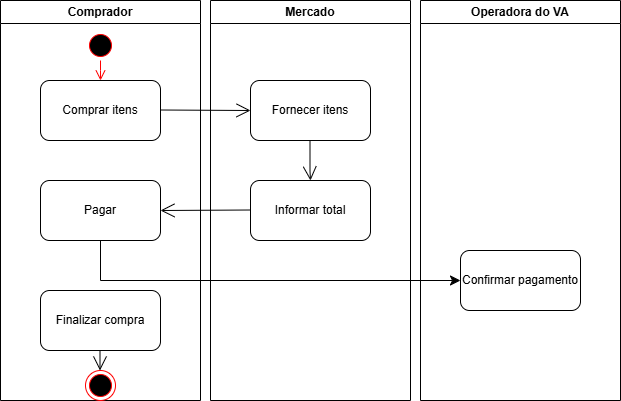
Above: Diagrama de atividade.png in samuelgarcia-ufr/SGGA (draw.io), before the change. Source tidied: cells renumbered, new cells last; positions are measured from the earlier drawing's top-left corner, leaving out a move shared by most shapes. Its diagram source:
```xml
<mxGraphModel>
  <root>
    <mxCell id="0" />
    <mxCell id="1" parent="0" />
    <mxCell id="2" value="Comprador" style="swimlane;whiteSpace=wrap;html=1;" parent="1" vertex="1">
      <mxGeometry width="200" height="400" as="geometry" />
    </mxCell>
    <mxCell id="3" style="ellipse;html=1;shape=startState;fillColor=#000000;strokeColor=#ff0000;" parent="2" vertex="1">
      <mxGeometry x="85" y="30" width="30" height="30" as="geometry" />
    </mxCell>
    <mxCell id="4" style="edgeStyle=orthogonalEdgeStyle;html=1;verticalAlign=bottom;endArrow=open;endSize=8;strokeColor=#ff0000;rounded=0;" parent="2" edge="1" source="3">
      <mxGeometry relative="1" as="geometry">
        <mxPoint x="100" y="80" as="targetPoint" />
      </mxGeometry>
    </mxCell>
    <mxCell id="5" value="Comprar itens" style="rounded=1;whiteSpace=wrap;html=1;" parent="2" vertex="1">
      <mxGeometry x="40" y="80" width="120" height="60" as="geometry" />
    </mxCell>
    <mxCell id="6" value="Pagar" style="rounded=1;whiteSpace=wrap;html=1;" parent="2" vertex="1">
      <mxGeometry x="40" y="180" width="120" height="60" as="geometry" />
    </mxCell>
    <mxCell id="7" style="edgeStyle=elbowEdgeStyle;elbow=horizontal;endArrow=classic;html=1;curved=0;rounded=0;endSize=8;startSize=8;entryX=0;entryY=0.5;entryDx=0;entryDy=0;" parent="2" edge="1" target="18">
      <mxGeometry relative="1" as="geometry">
        <mxPoint x="100" y="240" as="sourcePoint" />
        <Array as="points">
          <mxPoint x="100" y="270" />
        </Array>
      </mxGeometry>
    </mxCell>
    <mxCell id="8" value="Finalizar compra" style="rounded=1;whiteSpace=wrap;html=1;" parent="2" vertex="1">
      <mxGeometry x="40" y="290" width="120" height="60" as="geometry" />
    </mxCell>
    <mxCell id="9" style="ellipse;html=1;shape=endState;fillColor=#000000;strokeColor=#ff0000;" parent="2" vertex="1">
      <mxGeometry x="85" y="370" width="30" height="30" as="geometry" />
    </mxCell>
    <mxCell id="10" style="endArrow=open;endFill=1;endSize=12;html=1;rounded=0;" parent="2" edge="1">
      <mxGeometry relative="1" as="geometry">
        <mxPoint x="99.5" y="350" as="sourcePoint" />
        <mxPoint x="99.5" y="370" as="targetPoint" />
      </mxGeometry>
    </mxCell>
    <mxCell id="11" value="Mercado" style="swimlane;whiteSpace=wrap;html=1;" parent="1" vertex="1">
      <mxGeometry x="210" width="200" height="400" as="geometry" />
    </mxCell>
    <mxCell id="12" style="endArrow=open;endFill=1;endSize=12;html=1;rounded=0;entryX=0;entryY=0.5;entryDx=0;entryDy=0;" parent="11" edge="1" target="13">
      <mxGeometry relative="1" as="geometry">
        <mxPoint x="-50" y="109.5" as="sourcePoint" />
      </mxGeometry>
    </mxCell>
    <mxCell id="13" value="Fornecer itens" style="rounded=1;whiteSpace=wrap;html=1;" parent="11" vertex="1">
      <mxGeometry x="40" y="80" width="120" height="60" as="geometry" />
    </mxCell>
    <mxCell id="14" value="Informar total" style="rounded=1;whiteSpace=wrap;html=1;" parent="11" vertex="1">
      <mxGeometry x="40" y="180" width="120" height="60" as="geometry" />
    </mxCell>
    <mxCell id="15" style="endArrow=open;endFill=1;endSize=12;html=1;rounded=0;entryX=0;entryY=0.5;entryDx=0;entryDy=0;" parent="11" edge="1">
      <mxGeometry relative="1" as="geometry">
        <mxPoint x="40" y="209.5" as="sourcePoint" />
        <mxPoint x="-50" y="210" as="targetPoint" />
      </mxGeometry>
    </mxCell>
    <mxCell id="16" style="endArrow=open;endFill=1;endSize=12;html=1;rounded=0;" parent="11" edge="1">
      <mxGeometry relative="1" as="geometry">
        <mxPoint x="99.5" y="140" as="sourcePoint" />
        <mxPoint x="100" y="180" as="targetPoint" />
        <Array as="points">
          <mxPoint x="99.5" y="170.5" />
        </Array>
      </mxGeometry>
    </mxCell>
    <mxCell id="17" value="Operadora do VA" style="swimlane;whiteSpace=wrap;html=1;" parent="1" vertex="1">
      <mxGeometry x="420" width="200" height="400" as="geometry" />
    </mxCell>
    <mxCell id="18" value="Confirmar pagamento" style="rounded=1;whiteSpace=wrap;html=1;" parent="17" vertex="1">
      <mxGeometry x="40" y="250" width="120" height="60" as="geometry" />
    </mxCell>
  </root>
</mxGraphModel>
```
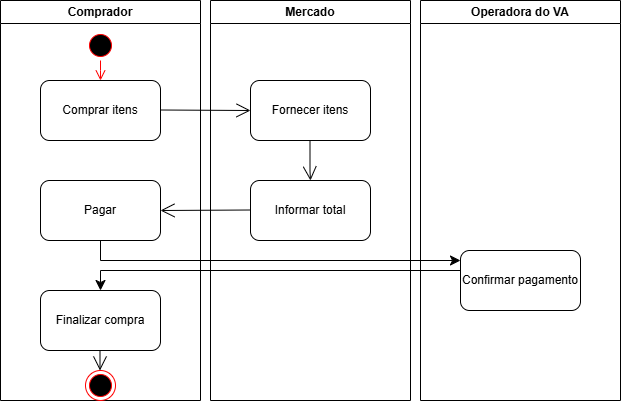
The same file after the commit.

Commit message:
Att activity diagram

Diff of the diagram source:
```diff
@@ -19,11 +19,12 @@
     <mxCell id="6" value="Pagar" style="rounded=1;whiteSpace=wrap;html=1;" parent="2" vertex="1">
       <mxGeometry x="40" y="180" width="120" height="60" as="geometry" />
     </mxCell>
-    <mxCell id="7" style="edgeStyle=elbowEdgeStyle;elbow=horizontal;endArrow=classic;html=1;curved=0;rounded=0;endSize=8;startSize=8;entryX=0;entryY=0.5;entryDx=0;entryDy=0;" parent="2" edge="1" target="18">
+    <mxCell id="7" style="edgeStyle=elbowEdgeStyle;elbow=horizontal;endArrow=classic;html=1;curved=0;rounded=0;endSize=8;startSize=8;entryX=0;entryY=0.5;entryDx=0;entryDy=0;" parent="2" edge="1">
       <mxGeometry relative="1" as="geometry">
         <mxPoint x="100" y="240" as="sourcePoint" />
+        <mxPoint x="460" y="260" as="targetPoint" />
         <Array as="points">
-          <mxPoint x="100" y="270" />
+          <mxPoint x="100" y="250" />
         </Array>
       </mxGeometry>
     </mxCell>
@@ -68,6 +69,15 @@
         </Array>
       </mxGeometry>
     </mxCell>
+    <mxCell id="19" style="edgeStyle=elbowEdgeStyle;elbow=horizontal;endArrow=classic;html=1;curved=0;rounded=0;endSize=8;startSize=8;" parent="11" edge="1">
+      <mxGeometry relative="1" as="geometry">
+        <mxPoint x="250" y="270" as="sourcePoint" />
+        <mxPoint x="-110" y="290" as="targetPoint" />
+        <Array as="points">
+          <mxPoint x="-110" y="280" />
+        </Array>
+      </mxGeometry>
+    </mxCell>
     <mxCell id="17" value="Operadora do VA" style="swimlane;whiteSpace=wrap;html=1;" parent="1" vertex="1">
       <mxGeometry x="420" width="200" height="400" as="geometry" />
     </mxCell>
```
